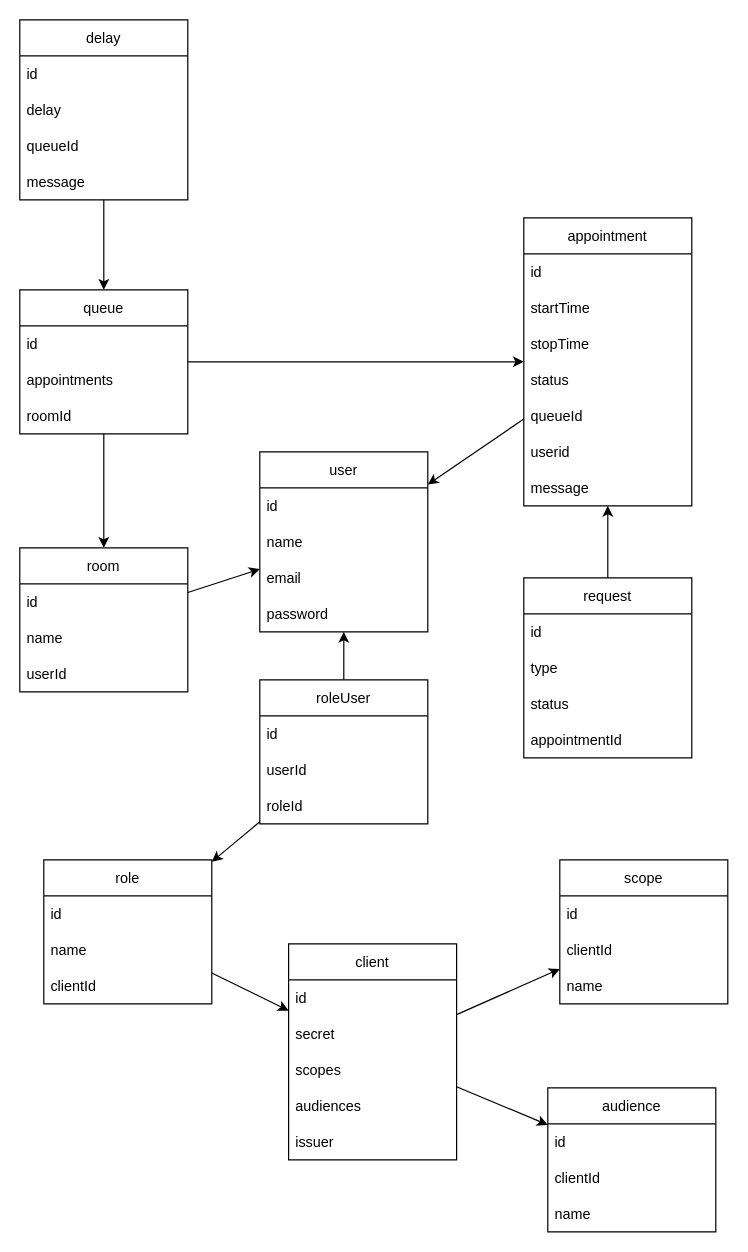
Earlier version of the draw.io diagram __diagrams__/information.drawio (Oglop/Queue). Source tidied: cells renumbered, new cells numbered last; positions are measured from the earlier drawing's top-left corner, leaving out a move shared by most shapes. Both pictures are drawn from the tidied source at 120%, with x=0, y=0 at pixel (19, 19).
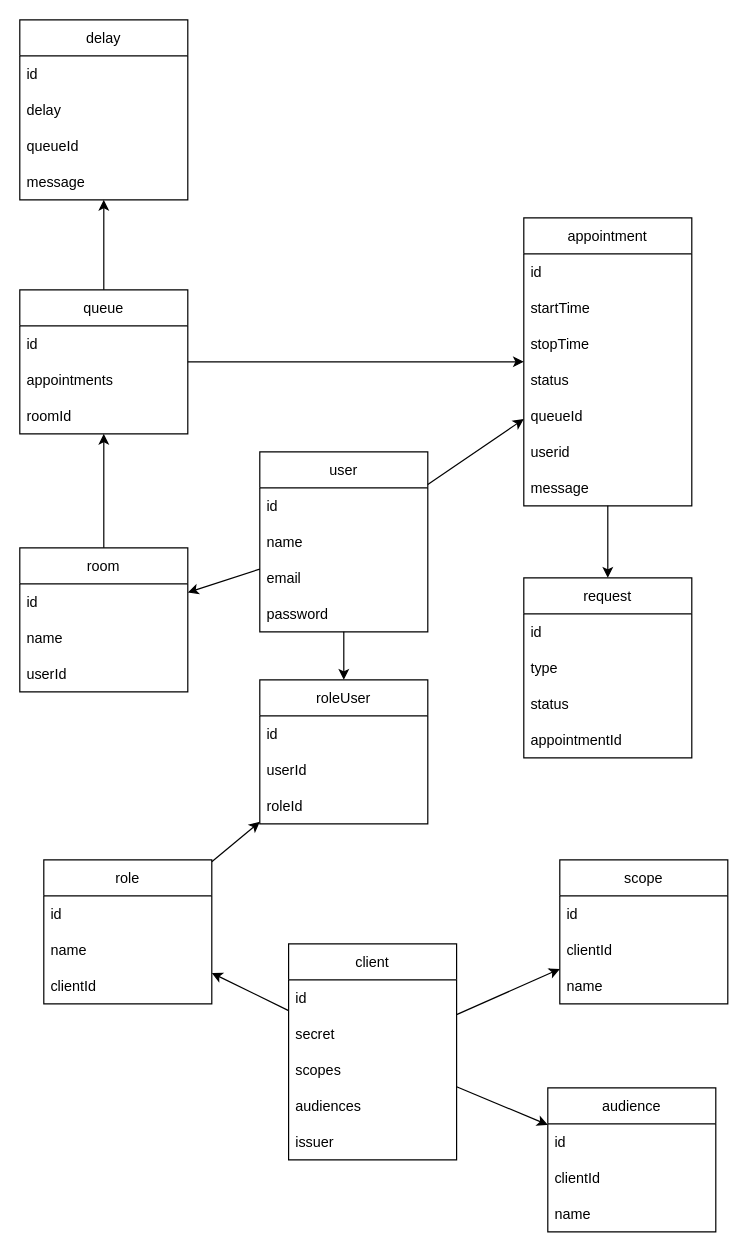
Above is the later version.

Unchanged cells that the change refers to:
```xml
<mxCell id="2" value="appointment" style="swimlane;fontStyle=0;horizontal=1;startSize=30;" parent="1" vertex="1">
  <mxGeometry x="420" y="165" width="140" height="240" as="geometry" />
</mxCell>
<mxCell id="10" value="queue" style="swimlane;fontStyle=0;horizontal=1;startSize=30;" parent="1" vertex="1">
  <mxGeometry y="225" width="140" height="120" as="geometry" />
</mxCell>
<mxCell id="14" value="delay" style="swimlane;fontStyle=0;horizontal=1;startSize=30;" parent="1" vertex="1">
  <mxGeometry width="140" height="150" as="geometry" />
</mxCell>
<mxCell id="19" value="request" style="swimlane;fontStyle=0;horizontal=1;startSize=30;" parent="1" vertex="1">
  <mxGeometry x="420" y="465" width="140" height="150" as="geometry" />
</mxCell>
<mxCell id="24" value="user" style="swimlane;fontStyle=0;horizontal=1;startSize=30;" parent="1" vertex="1">
  <mxGeometry x="200" y="360" width="140" height="150" as="geometry" />
</mxCell>
<mxCell id="33" value="room" style="swimlane;fontStyle=0;horizontal=1;startSize=30;" parent="1" vertex="1">
  <mxGeometry y="440" width="140" height="120" as="geometry" />
</mxCell>
<mxCell id="39" value="client" style="swimlane;fontStyle=0;horizontal=1;startSize=30;" parent="1" vertex="1">
  <mxGeometry x="224" y="770" width="140" height="180" as="geometry" />
</mxCell>
<mxCell id="55" value="role" style="swimlane;fontStyle=0;horizontal=1;startSize=30;" parent="1" vertex="1">
  <mxGeometry x="20" y="700" width="140" height="120" as="geometry" />
</mxCell>
<mxCell id="59" value="roleUser" style="swimlane;fontStyle=0;horizontal=1;startSize=30;" parent="1" vertex="1">
  <mxGeometry x="200" y="550" width="140" height="120" as="geometry" />
</mxCell>
```

The edit, as a diff of the source:
```diff
@@
-    <mxCell id="29" style="endArrow=classic;html=1;rounded=0;" parent="1" edge="1" source="2" target="24">
+    <mxCell id="29" style="endArrow=classic;html=1;rounded=0;" parent="1" edge="1" source="24" target="2">
       <mxGeometry relative="1" as="geometry" />
     </mxCell>
@@
-    <mxCell id="31" style="endArrow=classic;html=1;rounded=0;" parent="1" edge="1" source="14" target="10">
+    <mxCell id="31" style="endArrow=classic;html=1;rounded=0;" parent="1" edge="1" source="10" target="14">
       <mxGeometry relative="1" as="geometry" />
     </mxCell>
-    <mxCell id="32" style="endArrow=classic;html=1;rounded=0;" parent="1" edge="1" source="19" target="2">
+    <mxCell id="32" style="endArrow=classic;html=1;rounded=0;" parent="1" edge="1" source="2" target="19">
       <mxGeometry relative="1" as="geometry" />
     </mxCell>
@@
-    <mxCell id="37" style="endArrow=classic;html=1;rounded=0;" parent="1" edge="1" source="10" target="33">
+    <mxCell id="37" style="endArrow=classic;html=1;rounded=0;" parent="1" edge="1" source="33" target="10">
       <mxGeometry relative="1" as="geometry" />
     </mxCell>
-    <mxCell id="38" style="endArrow=classic;html=1;rounded=0;" parent="1" edge="1" source="33" target="24">
+    <mxCell id="38" style="endArrow=classic;html=1;rounded=0;" parent="1" edge="1" source="24" target="33">
       <mxGeometry relative="1" as="geometry" />
     </mxCell>
@@
-    <mxCell id="63" style="endArrow=classic;html=1;rounded=0;" parent="1" edge="1" source="59" target="55">
+    <mxCell id="63" style="endArrow=classic;html=1;rounded=0;" parent="1" edge="1" source="55" target="59">
       <mxGeometry relative="1" as="geometry" />
     </mxCell>
-    <mxCell id="64" style="endArrow=classic;html=1;rounded=0;" parent="1" edge="1" source="59" target="24">
+    <mxCell id="64" style="endArrow=classic;html=1;rounded=0;" parent="1" edge="1" source="24" target="59">
       <mxGeometry relative="1" as="geometry" />
     </mxCell>
-    <mxCell id="65" style="endArrow=classic;html=1;rounded=0;" parent="1" edge="1" source="55" target="39">
+    <mxCell id="65" style="endArrow=classic;html=1;rounded=0;" parent="1" edge="1" source="39" target="55">
       <mxGeometry relative="1" as="geometry" />
     </mxCell>
```
